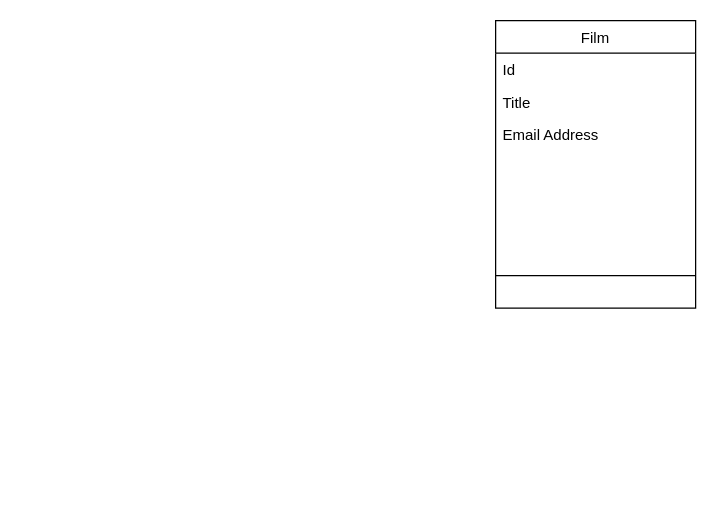
Before: conception/Diagramme de classe.drawio in Purvanas/TP_Voyage, a draw.io diagram. Source tidied: cells renumbered, new cells numbered last; positions are measured from the earlier drawing's top-left corner, leaving out a move shared by most shapes. Both pictures are drawn from the tidied source at 125%, with x=0, y=0 at pixel (495, 20).
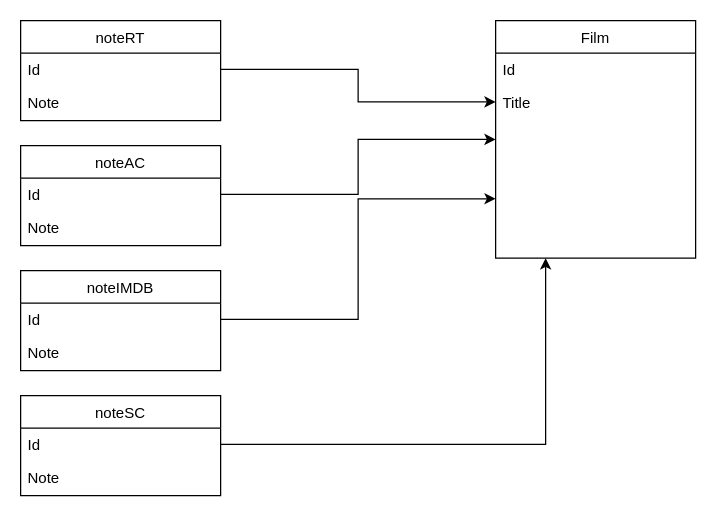
Above is the later version.

The change refers to these unchanged cells:
```xml
<mxCell id="4" value="Title" style="text;align=left;verticalAlign=top;spacingLeft=4;spacingRight=4;overflow=hidden;points=[[0,0.5],[1,0.5]];portConstraint=eastwest;rounded=0;shadow=0;html=0;" parent="2" vertex="1">
  <mxGeometry y="52" width="160" height="26" as="geometry" />
</mxCell>
```

The edit, as a diff of the source:
```diff
@@
     <mxCell id="2" value="Film" style="swimlane;fontStyle=0;align=center;verticalAlign=top;horizontal=1;startSize=26;rounded=0;shadow=0;strokeWidth=1;" parent="1" vertex="1">
-      <mxGeometry width="160" height="230" as="geometry" />
+      <mxGeometry width="160" height="190" as="geometry" />
     </mxCell>
@@
-    <mxCell id="5" value="Email Address" style="text;align=left;verticalAlign=top;spacingLeft=4;spacingRight=4;overflow=hidden;rounded=0;shadow=0;html=0;" parent="2" vertex="1">
-      <mxGeometry y="78" width="160" height="122" as="geometry" />
-    </mxCell>
-    <mxCell id="6" style="line;html=1;strokeWidth=1;align=left;verticalAlign=middle;spacingTop=-1;spacingLeft=3;spacingRight=3;labelPosition=right;" parent="2" vertex="1">
-      <mxGeometry y="200" width="160" height="8" as="geometry" />
-    </mxCell>
+    <mxCell id="7" value="noteRT" style="swimlane;fontStyle=0;align=center;verticalAlign=top;horizontal=1;startSize=26;rounded=0;shadow=0;strokeWidth=1;" parent="1" vertex="1">
+      <mxGeometry x="-380" width="160" height="80" as="geometry" />
+    </mxCell>
+    <mxCell id="8" value="Id" style="text;align=left;verticalAlign=top;spacingLeft=4;spacingRight=4;overflow=hidden;points=[[0,0.5],[1,0.5]];portConstraint=eastwest;" parent="7" vertex="1">
+      <mxGeometry y="26" width="160" height="26" as="geometry" />
+    </mxCell>
+    <mxCell id="9" value="Note" style="text;align=left;verticalAlign=top;spacingLeft=4;spacingRight=4;overflow=hidden;rounded=0;shadow=0;html=0;" parent="7" vertex="1">
+      <mxGeometry y="52" width="160" height="26" as="geometry" />
+    </mxCell>
+    <mxCell id="10" value="noteAC" style="swimlane;fontStyle=0;align=center;verticalAlign=top;horizontal=1;startSize=26;rounded=0;shadow=0;strokeWidth=1;" parent="1" vertex="1">
+      <mxGeometry x="-380" y="100" width="160" height="80" as="geometry" />
+    </mxCell>
+    <mxCell id="11" value="Id" style="text;align=left;verticalAlign=top;spacingLeft=4;spacingRight=4;overflow=hidden;points=[[0,0.5],[1,0.5]];portConstraint=eastwest;" parent="10" vertex="1">
+      <mxGeometry y="26" width="160" height="26" as="geometry" />
+    </mxCell>
+    <mxCell id="12" value="Note" style="text;align=left;verticalAlign=top;spacingLeft=4;spacingRight=4;overflow=hidden;rounded=0;shadow=0;html=0;" parent="10" vertex="1">
+      <mxGeometry y="52" width="160" height="26" as="geometry" />
+    </mxCell>
+    <mxCell id="13" value="noteIMDB" style="swimlane;fontStyle=0;align=center;verticalAlign=top;horizontal=1;startSize=26;rounded=0;shadow=0;strokeWidth=1;" parent="1" vertex="1">
+      <mxGeometry x="-380" y="200" width="160" height="80" as="geometry" />
+    </mxCell>
+    <mxCell id="14" value="Id" style="text;align=left;verticalAlign=top;spacingLeft=4;spacingRight=4;overflow=hidden;points=[[0,0.5],[1,0.5]];portConstraint=eastwest;" parent="13" vertex="1">
+      <mxGeometry y="26" width="160" height="26" as="geometry" />
+    </mxCell>
+    <mxCell id="15" value="Note" style="text;align=left;verticalAlign=top;spacingLeft=4;spacingRight=4;overflow=hidden;rounded=0;shadow=0;html=0;" parent="13" vertex="1">
+      <mxGeometry y="52" width="160" height="26" as="geometry" />
+    </mxCell>
+    <mxCell id="16" value="noteSC" style="swimlane;fontStyle=0;align=center;verticalAlign=top;horizontal=1;startSize=26;rounded=0;shadow=0;strokeWidth=1;" parent="1" vertex="1">
+      <mxGeometry x="-380" y="300" width="160" height="80" as="geometry" />
+    </mxCell>
+    <mxCell id="17" value="Id" style="text;align=left;verticalAlign=top;spacingLeft=4;spacingRight=4;overflow=hidden;points=[[0,0.5],[1,0.5]];portConstraint=eastwest;" parent="16" vertex="1">
+      <mxGeometry y="26" width="160" height="26" as="geometry" />
+    </mxCell>
+    <mxCell id="18" value="Note" style="text;align=left;verticalAlign=top;spacingLeft=4;spacingRight=4;overflow=hidden;rounded=0;shadow=0;html=0;" parent="16" vertex="1">
+      <mxGeometry y="52" width="160" height="26" as="geometry" />
+    </mxCell>
+    <mxCell id="19" style="edgeStyle=orthogonalEdgeStyle;rounded=0;jettySize=auto;html=1;entryX=0;entryY=0.5;entryDx=0;entryDy=0;" parent="1" edge="1" source="8" target="4">
+      <mxGeometry relative="1" as="geometry" />
+    </mxCell>
+    <mxCell id="20" style="edgeStyle=orthogonalEdgeStyle;rounded=0;jettySize=auto;html=1;exitX=1;exitY=0.5;exitDx=0;exitDy=0;entryX=0;entryY=0.5;entryDx=0;entryDy=0;" parent="1" edge="1" source="11" target="2">
+      <mxGeometry relative="1" as="geometry" />
+    </mxCell>
+    <mxCell id="21" style="edgeStyle=orthogonalEdgeStyle;rounded=0;jettySize=auto;html=1;exitX=1;exitY=0.5;exitDx=0;exitDy=0;entryX=0;entryY=0.75;entryDx=0;entryDy=0;" parent="1" edge="1" source="14" target="2">
+      <mxGeometry relative="1" as="geometry" />
+    </mxCell>
+    <mxCell id="22" style="edgeStyle=orthogonalEdgeStyle;rounded=0;jettySize=auto;html=1;exitX=1;exitY=0.5;exitDx=0;exitDy=0;entryX=0.25;entryY=1;entryDx=0;entryDy=0;" parent="1" edge="1" source="17" target="2">
+      <mxGeometry relative="1" as="geometry" />
+    </mxCell>
```
